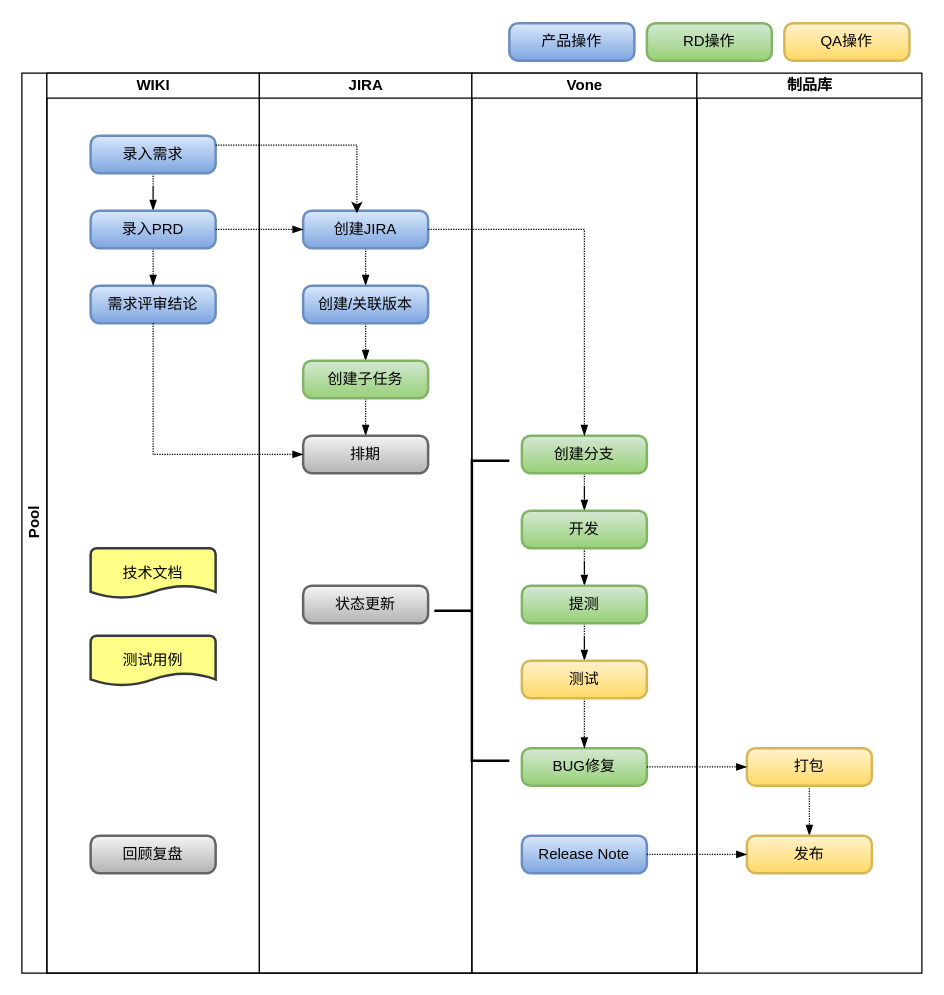
Earlier version of the draw.io diagram page "Page-2" (2 of 2) of 客户端开发流程.drawio (PaulNov22/hellogit). Source tidied: cells renumbered, new cells numbered last; positions are measured from the earlier drawing's top-left corner, leaving out a move shared by most shapes. Both pictures are drawn from the tidied source at 125%, with x=0, y=0 at pixel (21, 22).
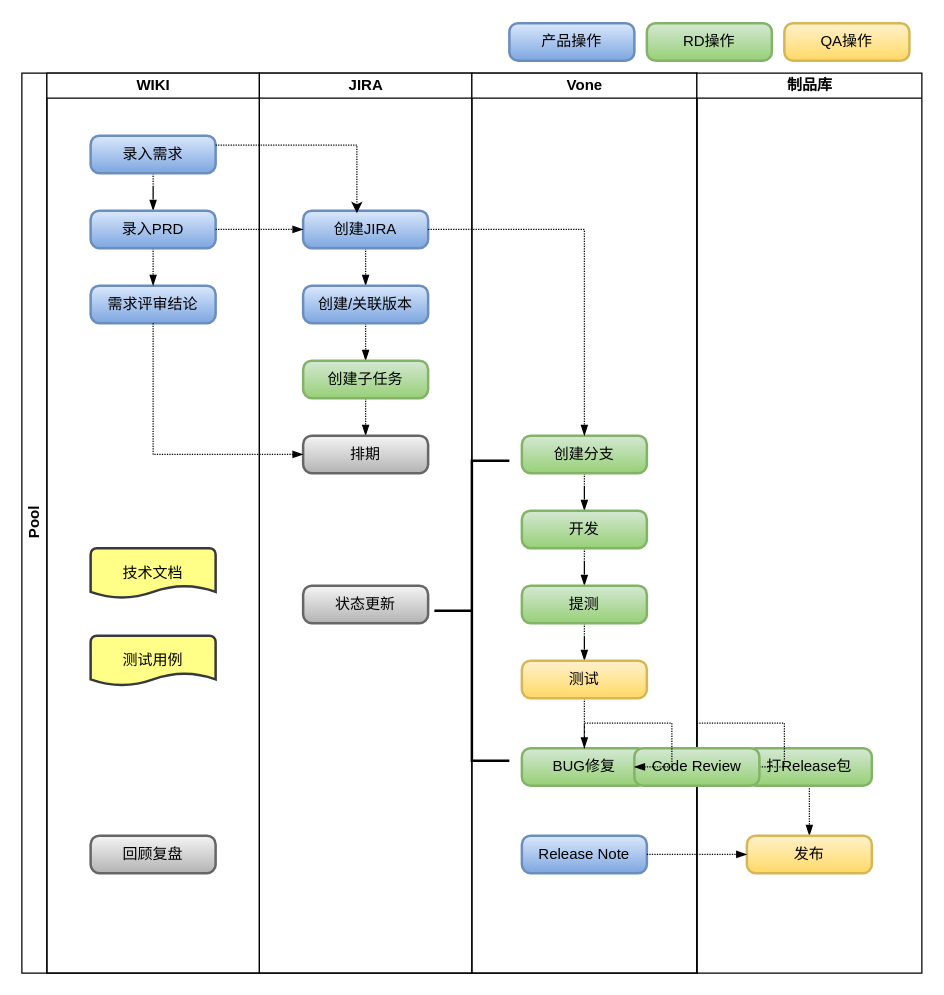
The same page after the edit.

Commit message:
Update 客户端开发流程.drawio

Unchanged cells that the change refers to:
```xml
<mxCell id="22" value="BUG修复" style="rounded=1;whiteSpace=wrap;html=1;absoluteArcSize=1;arcSize=14;strokeWidth=2;fillColor=#d5e8d4;strokeColor=#82b366;gradientColor=#97d077;" parent="21" vertex="1">
  <mxGeometry x="40" y="540" width="100" height="30" as="geometry" />
</mxCell>
<mxCell id="37" value="制品库" style="swimlane;html=1;startSize=20;" parent="1" vertex="1">
  <mxGeometry x="540" y="40" width="180" height="720" as="geometry" />
</mxCell>
```

The edit, as a diff of the source:
```diff
@@
-    <mxCell id="39" value="打包" style="rounded=1;whiteSpace=wrap;html=1;absoluteArcSize=1;arcSize=14;strokeWidth=2;fillColor=#fff2cc;strokeColor=#d6b656;gradientColor=#ffd966;" parent="37" vertex="1">
+    <mxCell id="39" value="打Release包" style="rounded=1;whiteSpace=wrap;html=1;absoluteArcSize=1;arcSize=14;strokeWidth=2;fillColor=#d5e8d4;strokeColor=#82b366;gradientColor=#97d077;" parent="37" vertex="1">
       <mxGeometry x="40" y="540" width="100" height="30" as="geometry" />
     </mxCell>
@@
-    <mxCell id="41" style="edgeStyle=orthogonalEdgeStyle;rounded=0;jettySize=auto;html=1;entryX=0;entryY=0.5;entryDx=0;entryDy=0;dashed=1;endArrow=blockThin;endFill=1;dashPattern=1 1;" parent="1" edge="1" source="22" target="39">
+    <mxCell id="41" style="edgeStyle=orthogonalEdgeStyle;rounded=0;jettySize=auto;html=1;entryX=0;entryY=0.5;entryDx=0;entryDy=0;dashed=1;endArrow=blockThin;endFill=1;dashPattern=1 1;" parent="1" edge="1" source="46" target="39">
       <mxGeometry relative="1" as="geometry" />
     </mxCell>
@@
+    <mxCell id="46" value="Code Review" style="rounded=1;whiteSpace=wrap;html=1;absoluteArcSize=1;arcSize=14;strokeWidth=2;fillColor=#d5e8d4;strokeColor=#82b366;gradientColor=#97d077;" parent="1" vertex="1">
+      <mxGeometry x="490" y="580" width="100" height="30" as="geometry" />
+    </mxCell>
+    <mxCell id="47" style="edgeStyle=orthogonalEdgeStyle;rounded=0;jettySize=auto;html=1;entryX=0;entryY=0.5;entryDx=0;entryDy=0;dashed=1;endArrow=blockThin;endFill=1;dashPattern=1 1;" parent="1" edge="1" source="22" target="46">
+      <mxGeometry relative="1" as="geometry" />
+    </mxCell>
```
